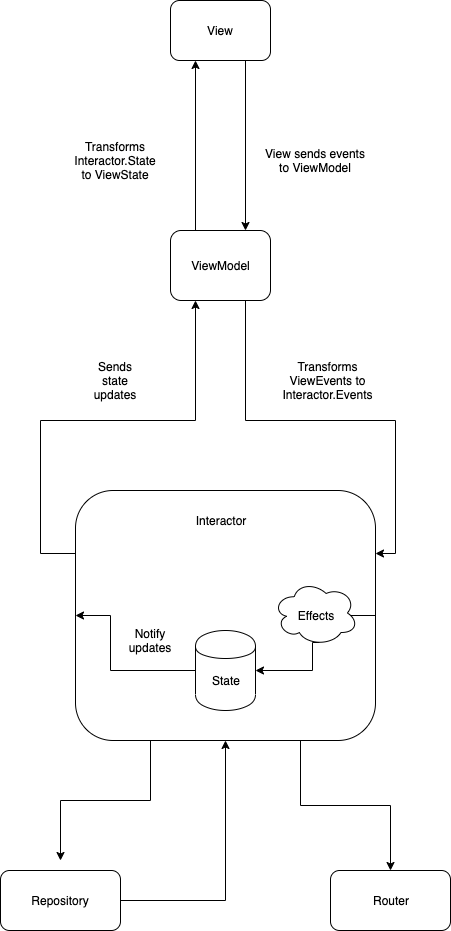
Before: diagram.png, a diagram exported from draw.io (codifilo/RxCleanApp). Source tidied: cells renumbered, new cells last; positions are measured from the earlier drawing's top-left corner, leaving out a move shared by most shapes.
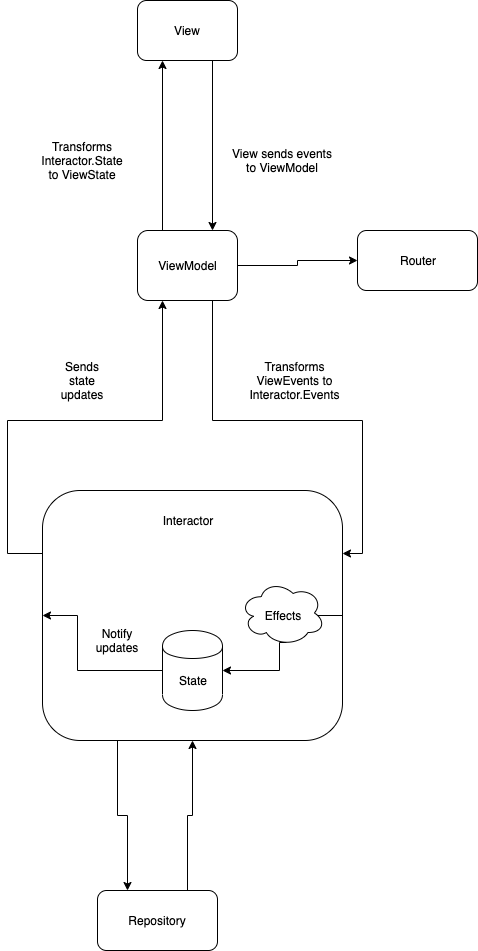
Later version of the same file.

Diff of the diagram source:
```diff
@@ -20,6 +20,9 @@
         </Array>
       </mxGeometry>
     </mxCell>
+    <mxCell id="31" style="edgeStyle=orthogonalEdgeStyle;rounded=0;jettySize=auto;html=1;exitX=1;exitY=0.5;exitDx=0;exitDy=0;entryX=0;entryY=0.5;entryDx=0;entryDy=0;" parent="1" edge="1" source="6" target="13">
+      <mxGeometry relative="1" as="geometry" />
+    </mxCell>
     <mxCell id="6" style="rounded=1;whiteSpace=wrap;html=1;" parent="1" vertex="1">
       <mxGeometry x="170" y="230" width="100" height="70" as="geometry" />
     </mxCell>
@@ -32,25 +35,20 @@
         </Array>
       </mxGeometry>
     </mxCell>
-    <mxCell id="8" style="edgeStyle=orthogonalEdgeStyle;rounded=0;jettySize=auto;html=1;exitX=0.75;exitY=1;exitDx=0;exitDy=0;" parent="1" edge="1" source="10" target="13">
-      <mxGeometry relative="1" as="geometry" />
-    </mxCell>
-    <mxCell id="9" style="edgeStyle=orthogonalEdgeStyle;rounded=0;jettySize=auto;html=1;exitX=0.25;exitY=1;exitDx=0;exitDy=0;" parent="1" edge="1" source="10">
-      <mxGeometry relative="1" as="geometry">
-        <mxPoint x="60" y="860" as="targetPoint" />
-      </mxGeometry>
+    <mxCell id="9" style="edgeStyle=orthogonalEdgeStyle;rounded=0;jettySize=auto;html=1;exitX=0.25;exitY=1;exitDx=0;exitDy=0;entryX=0.25;entryY=0;entryDx=0;entryDy=0;" parent="1" edge="1" source="10" target="12">
+      <mxGeometry relative="1" as="geometry" />
     </mxCell>
     <mxCell id="10" style="rounded=1;whiteSpace=wrap;html=1;" parent="1" vertex="1">
       <mxGeometry x="75" y="490" width="300" height="250" as="geometry" />
     </mxCell>
-    <mxCell id="11" style="edgeStyle=orthogonalEdgeStyle;rounded=0;jettySize=auto;html=1;exitX=1;exitY=0.5;exitDx=0;exitDy=0;entryX=0.5;entryY=1;entryDx=0;entryDy=0;" parent="1" edge="1" source="12" target="10">
+    <mxCell id="11" style="edgeStyle=orthogonalEdgeStyle;rounded=0;jettySize=auto;html=1;entryX=0.5;entryY=1;entryDx=0;entryDy=0;exitX=0.75;exitY=0;exitDx=0;exitDy=0;" parent="1" edge="1" source="12" target="10">
       <mxGeometry relative="1" as="geometry" />
     </mxCell>
     <mxCell id="12" style="rounded=1;whiteSpace=wrap;html=1;" parent="1" vertex="1">
-      <mxGeometry y="870" width="120" height="60" as="geometry" />
+      <mxGeometry x="130" y="890" width="120" height="60" as="geometry" />
     </mxCell>
     <mxCell id="13" style="rounded=1;whiteSpace=wrap;html=1;" parent="1" vertex="1">
-      <mxGeometry x="330" y="870" width="120" height="60" as="geometry" />
+      <mxGeometry x="390" y="230" width="120" height="60" as="geometry" />
     </mxCell>
     <mxCell id="14" value="View" style="text;html=1;strokeColor=none;fillColor=none;align=center;verticalAlign=middle;whiteSpace=wrap;rounded=0;" parent="1" vertex="1">
       <mxGeometry x="200" y="20" width="40" height="20" as="geometry" />
@@ -62,10 +60,10 @@
       <mxGeometry x="200" y="510" width="40" height="20" as="geometry" />
     </mxCell>
     <mxCell id="17" value="Repository" style="text;html=1;strokeColor=none;fillColor=none;align=center;verticalAlign=middle;whiteSpace=wrap;rounded=0;" parent="1" vertex="1">
-      <mxGeometry x="40" y="890" width="40" height="20" as="geometry" />
+      <mxGeometry x="170" y="910" width="40" height="20" as="geometry" />
     </mxCell>
     <mxCell id="18" value="Router" style="text;html=1;strokeColor=none;fillColor=none;align=center;verticalAlign=middle;whiteSpace=wrap;rounded=0;" parent="1" vertex="1">
-      <mxGeometry x="370" y="890" width="40" height="20" as="geometry" />
+      <mxGeometry x="430" y="250" width="40" height="20" as="geometry" />
     </mxCell>
     <mxCell id="19" value="Transforms ViewEvents to Interactor.Events" style="text;html=1;strokeColor=none;fillColor=none;align=center;verticalAlign=middle;whiteSpace=wrap;rounded=0;" parent="1" vertex="1">
       <mxGeometry x="307.5" y="370" width="40" height="20" as="geometry" />
```
